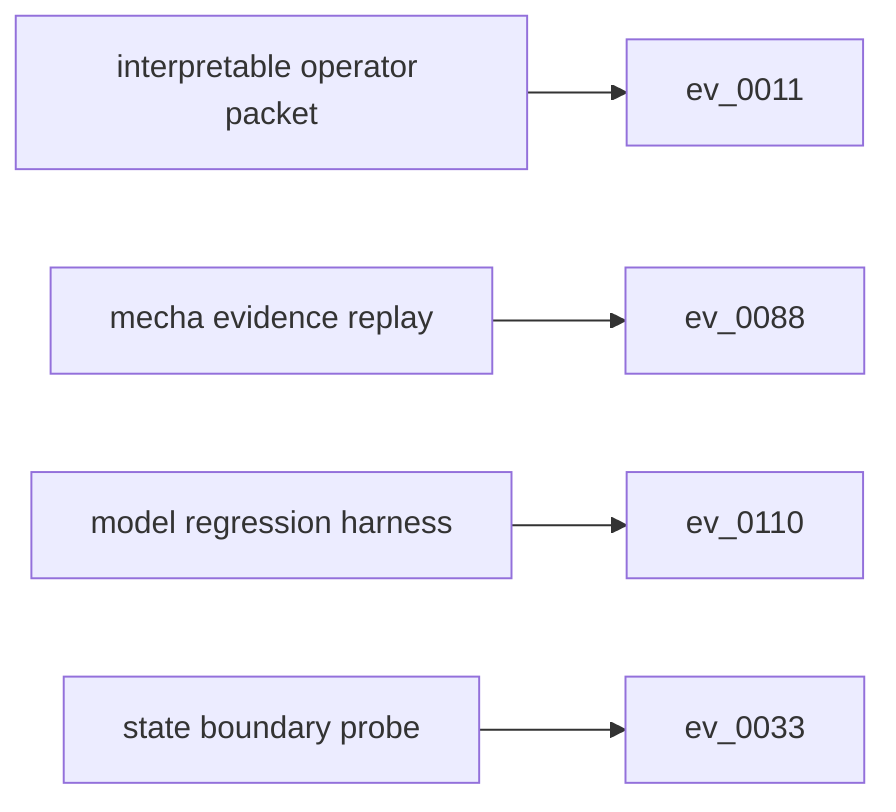
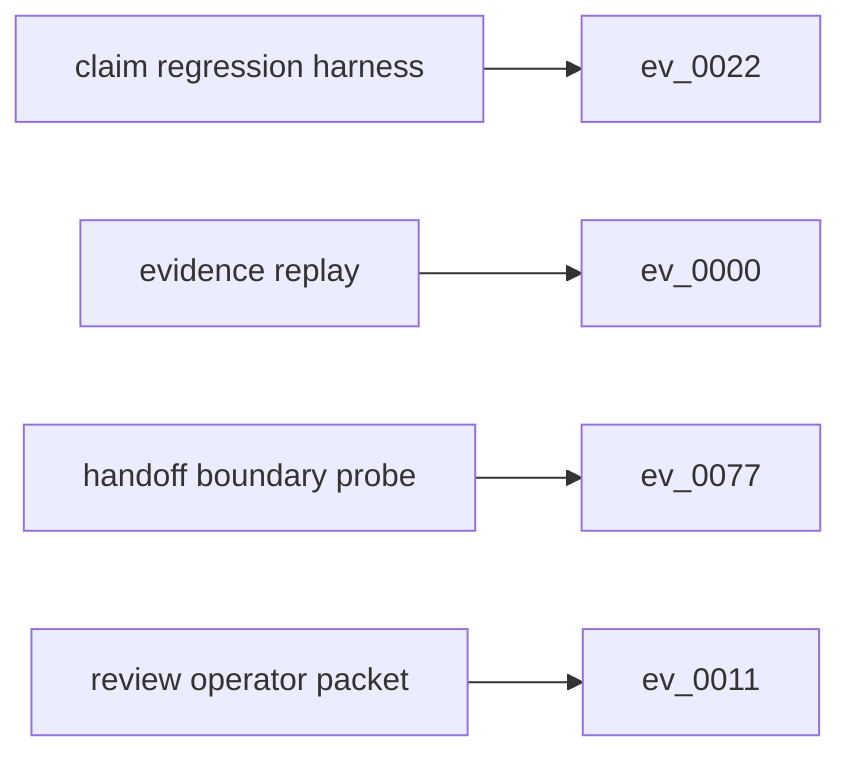
flowchart LR
-   s0["interpretable operator packet"]
-   e0["ev_0011"]
+   s0["claim regression harness"]
+   e0["ev_0022"]
  s0 --> e0
-   s1["mecha evidence replay"]
-   e1["ev_0088"]
+   s1["evidence replay"]
+   e1["ev_0000"]
  s1 --> e1
-   s2["model regression harness"]
-   e2["ev_0110"]
+   s2["handoff boundary probe"]
+   e2["ev_0077"]
  s2 --> e2
-   s3["state boundary probe"]
-   e3["ev_0033"]
+   s3["review operator packet"]
+   e3["ev_0011"]
  s3 --> e3
